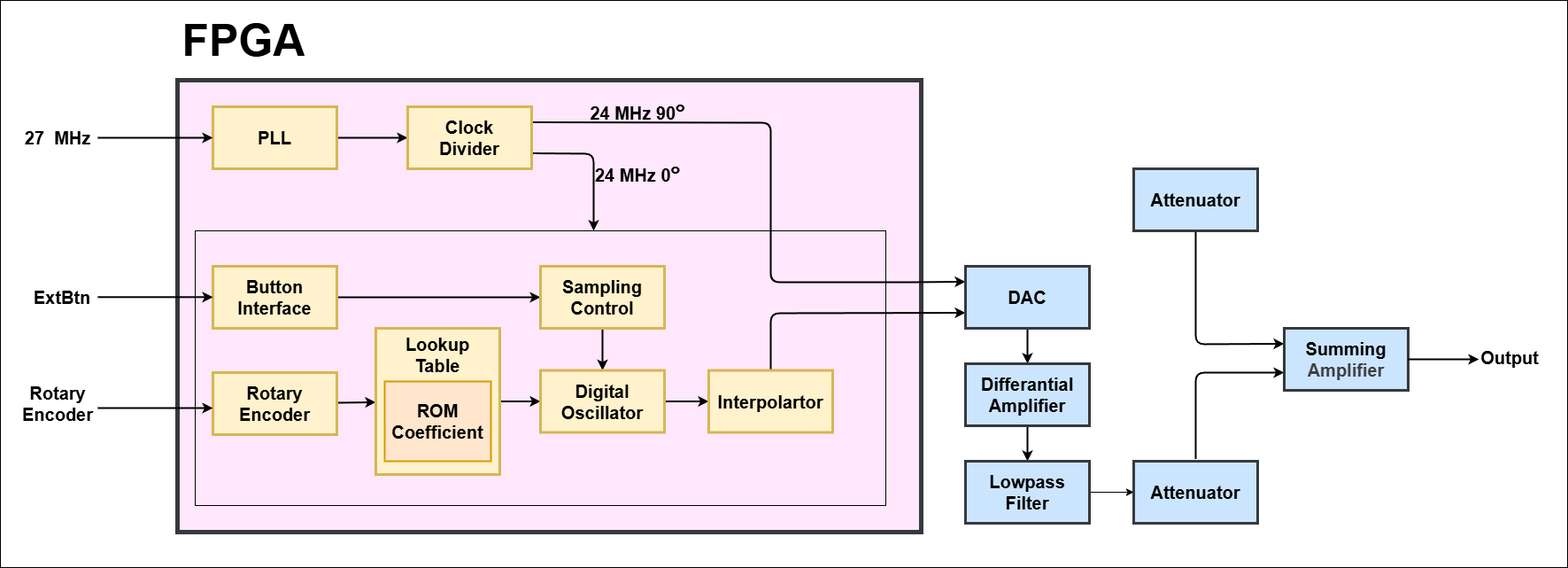
Earlier version of the draw.io export Document/Create_To_Present.drawio.png (EARTHISALWAYSHAPPY/DDSFG). Source tidied: cells renumbered, new cells last; positions are measured from the earlier drawing's top-left corner, leaving out a move shared by most shapes. The source it was exported from:
```xml
<mxGraphModel>
  <root>
    <mxCell id="0" />
    <mxCell id="1" parent="0" />
    <mxCell id="2" style="group;" parent="1" vertex="1">
      <mxGeometry x="20" y="20" width="1750" height="620" as="geometry" />
    </mxCell>
    <mxCell id="3" style="rounded=0;whiteSpace=wrap;html=1;" parent="2" vertex="1">
      <mxGeometry x="-20" y="-20" width="1770" height="640" as="geometry" />
    </mxCell>
    <mxCell id="4" style="rounded=0;whiteSpace=wrap;html=1;fillColor=#FFE8FD;strokeWidth=5;strokeColor=#36393d;" parent="2" vertex="1">
      <mxGeometry x="180" y="70" width="840" height="510" as="geometry" />
    </mxCell>
    <mxCell id="5" style="rounded=0;whiteSpace=wrap;html=1;fillColor=none;strokeWidth=1;" parent="2" vertex="1">
      <mxGeometry x="200" y="240" width="780" height="310" as="geometry" />
    </mxCell>
    <mxCell id="6" value="&lt;font style=&quot;font-size: 50px;&quot;&gt;&lt;b style=&quot;&quot;&gt;FPGA&lt;/b&gt;&lt;/font&gt;" style="text;html=1;align=center;verticalAlign=middle;whiteSpace=wrap;rounded=0;fontColor=#000000;" parent="2" vertex="1">
      <mxGeometry x="180" width="150" height="50" as="geometry" />
    </mxCell>
    <mxCell id="7" style="edgeStyle=none;html=1;exitX=1;exitY=0.5;exitDx=0;exitDy=0;strokeWidth=2;" parent="2" edge="1" source="8" target="11">
      <mxGeometry relative="1" as="geometry" />
    </mxCell>
    <mxCell id="8" value="&lt;font style=&quot;font-size: 20px;&quot;&gt;&lt;b&gt;PLL&lt;/b&gt;&lt;/font&gt;" style="rounded=0;whiteSpace=wrap;html=1;fillColor=#fff2cc;strokeWidth=3;strokeColor=#d6b656;" parent="2" vertex="1">
      <mxGeometry x="220" y="100" width="140" height="70" as="geometry" />
    </mxCell>
    <mxCell id="9" style="edgeStyle=none;html=1;exitX=1;exitY=0.75;exitDx=0;exitDy=0;strokeWidth=2;" parent="2" edge="1" source="11">
      <mxGeometry relative="1" as="geometry">
        <mxPoint x="650" y="240" as="targetPoint" />
        <Array as="points">
          <mxPoint x="650" y="153" />
        </Array>
      </mxGeometry>
    </mxCell>
    <mxCell id="10" style="edgeStyle=none;html=1;exitX=1;exitY=0.25;exitDx=0;exitDy=0;entryX=0;entryY=0.25;entryDx=0;entryDy=0;strokeWidth=2;" parent="2" edge="1" source="11" target="26">
      <mxGeometry relative="1" as="geometry">
        <Array as="points">
          <mxPoint x="850" y="118" />
          <mxPoint x="850" y="200" />
          <mxPoint x="850" y="260" />
          <mxPoint x="850" y="298" />
          <mxPoint x="1000" y="298" />
        </Array>
      </mxGeometry>
    </mxCell>
    <mxCell id="11" value="&lt;font style=&quot;font-size: 20px;&quot;&gt;&lt;b&gt;Clock&lt;br&gt;Divider&lt;/b&gt;&lt;/font&gt;" style="rounded=0;whiteSpace=wrap;html=1;fillColor=#fff2cc;strokeWidth=3;strokeColor=#d6b656;" parent="2" vertex="1">
      <mxGeometry x="440" y="100" width="140" height="70" as="geometry" />
    </mxCell>
    <mxCell id="12" style="edgeStyle=none;html=1;exitX=1;exitY=0.5;exitDx=0;exitDy=0;strokeWidth=2;" parent="2" edge="1" source="13" target="15">
      <mxGeometry relative="1" as="geometry" />
    </mxCell>
    <mxCell id="13" value="&lt;b&gt;&lt;font style=&quot;font-size: 20px;&quot;&gt;Button&lt;br&gt;Interface&lt;/font&gt;&lt;/b&gt;" style="rounded=0;whiteSpace=wrap;html=1;fillColor=#fff2cc;strokeWidth=3;strokeColor=#d6b656;" parent="2" vertex="1">
      <mxGeometry x="220" y="280" width="140" height="70" as="geometry" />
    </mxCell>
    <mxCell id="14" style="edgeStyle=none;html=1;exitX=0.5;exitY=1;exitDx=0;exitDy=0;entryX=0.5;entryY=0;entryDx=0;entryDy=0;strokeWidth=2;" parent="2" edge="1" source="15" target="22">
      <mxGeometry relative="1" as="geometry" />
    </mxCell>
    <mxCell id="15" value="&lt;span style=&quot;font-size: 20px;&quot;&gt;&lt;b&gt;Sampling&lt;br&gt;Control&lt;/b&gt;&lt;/span&gt;" style="rounded=0;whiteSpace=wrap;html=1;fillColor=#fff2cc;strokeWidth=3;strokeColor=#d6b656;" parent="2" vertex="1">
      <mxGeometry x="590" y="280" width="140" height="70" as="geometry" />
    </mxCell>
    <mxCell id="16" style="edgeStyle=none;html=1;fontSize=12;strokeWidth=2;" parent="2" edge="1" source="17" target="19">
      <mxGeometry relative="1" as="geometry" />
    </mxCell>
    <mxCell id="17" value="&lt;span style=&quot;font-size: 20px;&quot;&gt;&lt;b&gt;Rotary&lt;br&gt;Encoder&lt;/b&gt;&lt;/span&gt;" style="rounded=0;whiteSpace=wrap;html=1;fillColor=#fff2cc;strokeWidth=3;strokeColor=#d6b656;" parent="2" vertex="1">
      <mxGeometry x="220" y="400" width="140" height="70" as="geometry" />
    </mxCell>
    <mxCell id="18" style="edgeStyle=none;html=1;exitX=1;exitY=0.5;exitDx=0;exitDy=0;entryX=0;entryY=0.5;entryDx=0;entryDy=0;fontSize=12;strokeWidth=2;" parent="2" edge="1" source="19" target="22">
      <mxGeometry relative="1" as="geometry" />
    </mxCell>
    <mxCell id="19" value="&lt;span style=&quot;font-size: 20px;&quot;&gt;&lt;b&gt;Lookup&lt;br&gt;Table&lt;/b&gt;&lt;/span&gt;" style="rounded=0;whiteSpace=wrap;html=1;fillColor=#fff2cc;strokeWidth=3;labelPosition=center;verticalLabelPosition=middle;align=center;verticalAlign=top;strokeColor=#d6b656;" parent="2" vertex="1">
      <mxGeometry x="404" y="350" width="140" height="165" as="geometry" />
    </mxCell>
    <mxCell id="20" value="&lt;font style=&quot;font-size: 20px;&quot;&gt;&lt;b&gt;&lt;font style=&quot;&quot;&gt;ROM&lt;br&gt;Coefficien&lt;/font&gt;t&lt;/b&gt;&lt;/font&gt;" style="rounded=0;whiteSpace=wrap;html=1;strokeWidth=2;fillColor=#ffe6cc;strokeColor=#d79b00;" parent="2" vertex="1">
      <mxGeometry x="414" y="410" width="120" height="90" as="geometry" />
    </mxCell>
    <mxCell id="21" style="edgeStyle=none;html=1;exitX=1;exitY=0.5;exitDx=0;exitDy=0;fontSize=12;strokeWidth=2;" parent="2" edge="1" source="22" target="24">
      <mxGeometry relative="1" as="geometry" />
    </mxCell>
    <mxCell id="22" value="&lt;span style=&quot;font-size: 20px;&quot;&gt;&lt;b&gt;Digital&lt;br&gt;Oscillator&lt;/b&gt;&lt;/span&gt;" style="rounded=0;whiteSpace=wrap;html=1;fillColor=#fff2cc;strokeWidth=3;strokeColor=#d6b656;" parent="2" vertex="1">
      <mxGeometry x="590" y="397.5" width="140" height="70" as="geometry" />
    </mxCell>
    <mxCell id="23" style="edgeStyle=none;html=1;exitX=0.5;exitY=0;exitDx=0;exitDy=0;entryX=0;entryY=0.75;entryDx=0;entryDy=0;strokeWidth=2;" parent="2" edge="1" source="24" target="26">
      <mxGeometry relative="1" as="geometry">
        <Array as="points">
          <mxPoint x="850" y="333" />
        </Array>
      </mxGeometry>
    </mxCell>
    <mxCell id="24" value="&lt;span style=&quot;font-size: 20px;&quot;&gt;&lt;b&gt;Interpolartor&lt;/b&gt;&lt;/span&gt;" style="rounded=0;whiteSpace=wrap;html=1;fillColor=#fff2cc;strokeWidth=3;strokeColor=#d6b656;" parent="2" vertex="1">
      <mxGeometry x="780" y="397.5" width="140" height="70" as="geometry" />
    </mxCell>
    <mxCell id="25" style="edgeStyle=none;html=1;exitX=0.5;exitY=1;exitDx=0;exitDy=0;entryX=0.5;entryY=0;entryDx=0;entryDy=0;strokeWidth=2;" parent="2" edge="1" source="26" target="28">
      <mxGeometry relative="1" as="geometry" />
    </mxCell>
    <mxCell id="26" value="&lt;span style=&quot;font-size: 20px;&quot;&gt;&lt;b&gt;DAC&lt;/b&gt;&lt;/span&gt;" style="rounded=0;whiteSpace=wrap;html=1;fillColor=#cce5ff;strokeWidth=3;strokeColor=#36393d;" parent="2" vertex="1">
      <mxGeometry x="1070" y="280" width="140" height="70" as="geometry" />
    </mxCell>
    <mxCell id="27" style="edgeStyle=none;html=1;exitX=0.5;exitY=1;exitDx=0;exitDy=0;entryX=0.5;entryY=0;entryDx=0;entryDy=0;strokeWidth=2;" parent="2" edge="1" source="28" target="30">
      <mxGeometry relative="1" as="geometry" />
    </mxCell>
    <mxCell id="28" value="&lt;span style=&quot;font-size: 20px;&quot;&gt;&lt;b&gt;Differantial&lt;br&gt;Amplifier&lt;/b&gt;&lt;/span&gt;" style="rounded=0;whiteSpace=wrap;html=1;fillColor=#cce5ff;strokeWidth=3;strokeColor=#36393d;" parent="2" vertex="1">
      <mxGeometry x="1070" y="390" width="140" height="70" as="geometry" />
    </mxCell>
    <mxCell id="29" style="edgeStyle=none;html=1;exitX=1;exitY=0.5;exitDx=0;exitDy=0;entryX=0;entryY=0.5;entryDx=0;entryDy=0;" parent="2" edge="1" source="30" target="32">
      <mxGeometry relative="1" as="geometry" />
    </mxCell>
    <mxCell id="30" value="&lt;span style=&quot;font-size: 20px;&quot;&gt;&lt;b&gt;Lowpass&lt;br&gt;Filter&lt;/b&gt;&lt;/span&gt;" style="rounded=0;whiteSpace=wrap;html=1;fillColor=#cce5ff;strokeWidth=3;strokeColor=#36393d;" parent="2" vertex="1">
      <mxGeometry x="1070" y="500" width="140" height="70" as="geometry" />
    </mxCell>
    <mxCell id="31" style="edgeStyle=none;html=1;exitX=0.5;exitY=0;exitDx=0;exitDy=0;entryX=0;entryY=0.75;entryDx=0;entryDy=0;strokeWidth=2;" parent="2" edge="1">
      <mxGeometry relative="1" as="geometry">
        <mxPoint x="1330" y="497.5" as="sourcePoint" />
        <mxPoint x="1430" y="400" as="targetPoint" />
        <Array as="points">
          <mxPoint x="1330" y="400" />
          <mxPoint x="1350" y="400" />
          <mxPoint x="1380" y="400" />
        </Array>
      </mxGeometry>
    </mxCell>
    <mxCell id="32" value="&lt;span style=&quot;font-size: 20px;&quot;&gt;&lt;b&gt;Attenuator&lt;/b&gt;&lt;/span&gt;" style="rounded=0;whiteSpace=wrap;html=1;fillColor=#cce5ff;strokeWidth=3;strokeColor=#36393d;" parent="2" vertex="1">
      <mxGeometry x="1260" y="500" width="140" height="70" as="geometry" />
    </mxCell>
    <mxCell id="33" style="edgeStyle=none;html=1;exitX=0.5;exitY=1;exitDx=0;exitDy=0;entryX=0;entryY=0.25;entryDx=0;entryDy=0;strokeWidth=2;" parent="2" edge="1" source="34" target="35">
      <mxGeometry relative="1" as="geometry">
        <Array as="points">
          <mxPoint x="1330" y="368" />
        </Array>
      </mxGeometry>
    </mxCell>
    <mxCell id="34" value="&lt;span style=&quot;font-size: 20px;&quot;&gt;&lt;b&gt;Attenuator&lt;/b&gt;&lt;/span&gt;" style="rounded=0;whiteSpace=wrap;html=1;fillColor=#cce5ff;strokeWidth=3;strokeColor=#36393d;" parent="2" vertex="1">
      <mxGeometry x="1260" y="170" width="140" height="70" as="geometry" />
    </mxCell>
    <mxCell id="35" value="&lt;span style=&quot;font-size: 20px;&quot;&gt;&lt;b&gt;Summing&lt;br&gt;&lt;/b&gt;&lt;/span&gt;&lt;b style=&quot;color: rgb(63, 63, 63); scrollbar-color: rgb(226, 226, 226) rgb(251, 251, 251); font-size: 20px;&quot;&gt;Amplifier&lt;/b&gt;&lt;span style=&quot;font-size: 20px;&quot;&gt;&lt;b&gt;&lt;/b&gt;&lt;/span&gt;" style="rounded=0;whiteSpace=wrap;html=1;fillColor=#cce5ff;strokeWidth=3;strokeColor=#36393d;" parent="2" vertex="1">
      <mxGeometry x="1430" y="350" width="140" height="70" as="geometry" />
    </mxCell>
    <mxCell id="36" value="24 MHz 0&lt;span&gt;&lt;sup&gt;๐&lt;/sup&gt;&lt;/span&gt;" style="text;html=1;align=center;verticalAlign=middle;whiteSpace=wrap;rounded=0;fontSize=20;fontStyle=1;" parent="2" vertex="1">
      <mxGeometry x="650" y="160" width="100" height="30" as="geometry" />
    </mxCell>
    <mxCell id="37" value="24 MHz 90&lt;span&gt;&lt;sup&gt;๐&lt;/sup&gt;&lt;/span&gt;" style="text;html=1;align=center;verticalAlign=middle;whiteSpace=wrap;rounded=0;fontSize=20;fontStyle=1;" parent="2" vertex="1">
      <mxGeometry x="635" y="90" width="130" height="30" as="geometry" />
    </mxCell>
    <mxCell id="38" style="endArrow=classic;html=1;entryX=0;entryY=0.5;entryDx=0;entryDy=0;strokeWidth=2;" parent="2" edge="1" target="8">
      <mxGeometry relative="1" as="geometry">
        <mxPoint x="90" y="135" as="sourcePoint" />
      </mxGeometry>
    </mxCell>
    <mxCell id="39" style="endArrow=classic;html=1;entryX=0;entryY=0.5;entryDx=0;entryDy=0;strokeWidth=2;" parent="2" edge="1">
      <mxGeometry relative="1" as="geometry">
        <mxPoint x="90" y="314.8" as="sourcePoint" />
        <mxPoint x="220" y="314.8" as="targetPoint" />
      </mxGeometry>
    </mxCell>
    <mxCell id="40" style="endArrow=classic;html=1;entryX=0;entryY=0.5;entryDx=0;entryDy=0;strokeWidth=2;" parent="2" edge="1">
      <mxGeometry relative="1" as="geometry">
        <mxPoint x="90" y="440" as="sourcePoint" />
        <mxPoint x="220" y="440" as="targetPoint" />
      </mxGeometry>
    </mxCell>
    <mxCell id="41" value="27&amp;nbsp; MHz" style="text;html=1;align=center;verticalAlign=middle;whiteSpace=wrap;rounded=0;fontSize=20;fontStyle=1;" parent="2" vertex="1">
      <mxGeometry y="120" width="90" height="30" as="geometry" />
    </mxCell>
    <mxCell id="42" value="ExtBtn" style="text;html=1;align=center;verticalAlign=middle;whiteSpace=wrap;rounded=0;fontSize=20;fontStyle=1;" parent="2" vertex="1">
      <mxGeometry x="10" y="300" width="80" height="30" as="geometry" />
    </mxCell>
    <mxCell id="43" value="Rotary Encoder" style="text;html=1;align=center;verticalAlign=middle;whiteSpace=wrap;rounded=0;fontSize=20;fontStyle=1;" parent="2" vertex="1">
      <mxGeometry y="420" width="90" height="30" as="geometry" />
    </mxCell>
    <mxCell id="44" style="endArrow=classic;html=1;exitX=1;exitY=0.5;exitDx=0;exitDy=0;strokeWidth=2;" parent="2" edge="1" source="35">
      <mxGeometry relative="1" as="geometry">
        <mxPoint x="1650" y="385" as="targetPoint" />
      </mxGeometry>
    </mxCell>
    <mxCell id="45" value="Output" style="text;html=1;align=center;verticalAlign=middle;whiteSpace=wrap;rounded=0;fontSize=20;fontStyle=1;" parent="2" vertex="1">
      <mxGeometry x="1640" y="367.5" width="90" height="30" as="geometry" />
    </mxCell>
  </root>
</mxGraphModel>
```
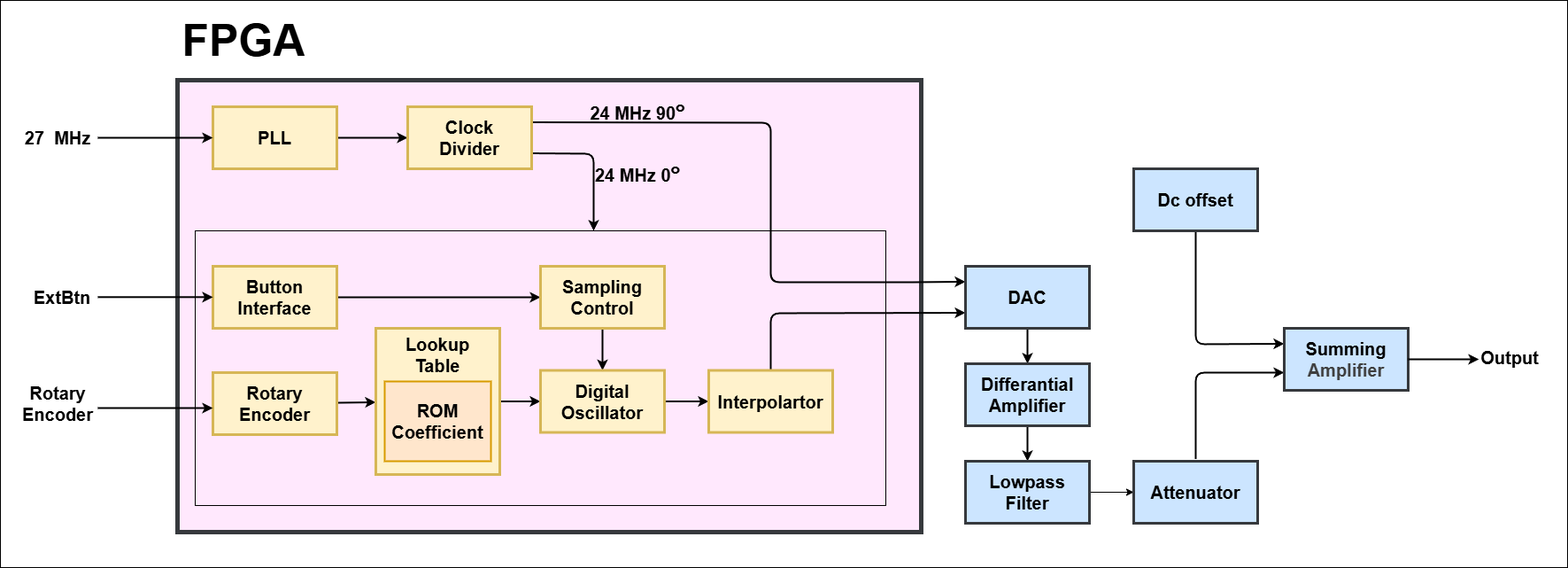
Above is the later version.

The edit, as a diff of the source:
```diff
@@ -127,7 +127,7 @@
         </Array>
       </mxGeometry>
     </mxCell>
-    <mxCell id="34" value="&lt;span style=&quot;font-size: 20px;&quot;&gt;&lt;b&gt;Attenuator&lt;/b&gt;&lt;/span&gt;" style="rounded=0;whiteSpace=wrap;html=1;fillColor=#cce5ff;strokeWidth=3;strokeColor=#36393d;" parent="2" vertex="1">
+    <mxCell id="34" value="&lt;span style=&quot;font-size: 20px;&quot;&gt;&lt;b&gt;Dc offset&lt;/b&gt;&lt;/span&gt;" style="rounded=0;whiteSpace=wrap;html=1;fillColor=#cce5ff;strokeWidth=3;strokeColor=#36393d;" parent="2" vertex="1">
       <mxGeometry x="1260" y="170" width="140" height="70" as="geometry" />
     </mxCell>
     <mxCell id="35" value="&lt;span style=&quot;font-size: 20px;&quot;&gt;&lt;b&gt;Summing&lt;br&gt;&lt;/b&gt;&lt;/span&gt;&lt;b style=&quot;color: rgb(63, 63, 63); scrollbar-color: rgb(226, 226, 226) rgb(251, 251, 251); font-size: 20px;&quot;&gt;Amplifier&lt;/b&gt;&lt;span style=&quot;font-size: 20px;&quot;&gt;&lt;b&gt;&lt;/b&gt;&lt;/span&gt;" style="rounded=0;whiteSpace=wrap;html=1;fillColor=#cce5ff;strokeWidth=3;strokeColor=#36393d;" parent="2" vertex="1">
```
